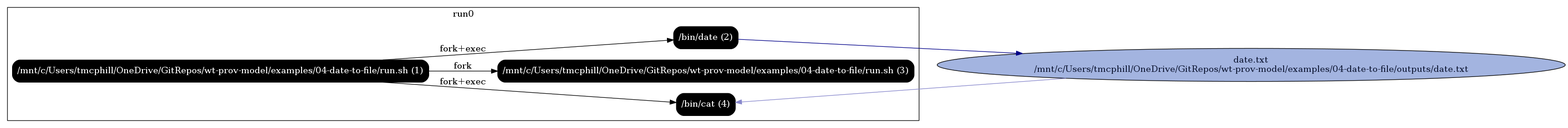
Above: examples/04-date-to-file/graphs/rpz_B_run_processes_with_input_and_output_files.png in CIRSS/cpr (Graphviz), before the change. Its source is kept beside it as examples/04-date-to-file/graphs/rpz_B_run_processes_with_input_and_output_files.dot. Source of this version:
```dot
digraph G {
    rankdir=LR;

    /* programs */
    node [shape=box fontcolor=white fillcolor=black style="filled,rounded"];
    subgraph cluster_run0 {
        label="run0";
        prog0 [label="/mnt/c/Users/tmcphill/OneDrive/GitRepos/wt-prov-model/examples/04-date-to-file/run.sh (1)"];
        prog1 [label="/bin/date (2)"];
        prog0 -> prog1 [label="fork+exec"];
        prog2 [label="/mnt/c/Users/tmcphill/OneDrive/GitRepos/wt-prov-model/examples/04-date-to-file/run.sh (3)"];
        prog0 -> prog2 [label="fork"];
        prog3 [label="/bin/cat (4)"];
        prog0 -> prog3 [label="fork+exec"];
    }

    node [shape=ellipse fontcolor="#131C39" fillcolor="#C9D2ED"];

    /* other files */
    "/mnt/c/Users/tmcphill/OneDrive/GitRepos/wt-prov-model/examples/04-date-to-file/outputs/date.txt" [fillcolor="#A3B4E0", label="date.txt\n/mnt/c/Users/tmcphill/OneDrive/GitRepos/wt-prov-model/examples/04-date-to-file/outputs/date.txt"];

    prog1 -> "/mnt/c/Users/tmcphill/OneDrive/GitRepos/wt-prov-model/examples/04-date-to-file/outputs/date.txt" [color="#000088"];
    "/mnt/c/Users/tmcphill/OneDrive/GitRepos/wt-prov-model/examples/04-date-to-file/outputs/date.txt" -> prog3 [color="#8888CC"];
}
```
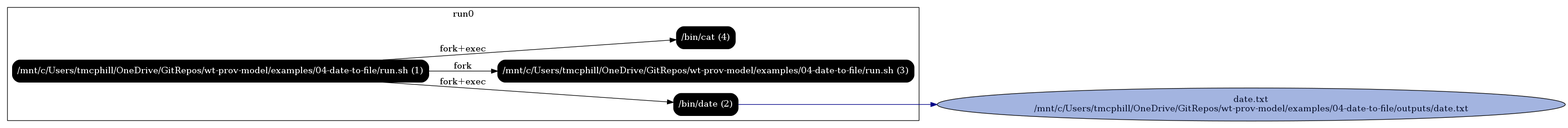
After the commit.

Diff of the diagram source:
```diff
@@ -20,5 +20,4 @@
     "/mnt/c/Users/tmcphill/OneDrive/GitRepos/wt-prov-model/examples/04-date-to-file/outputs/date.txt" [fillcolor="#A3B4E0", label="date.txt\n/mnt/c/Users/tmcphill/OneDrive/GitRepos/wt-prov-model/examples/04-date-to-file/outputs/date.txt"];
 
     prog1 -> "/mnt/c/Users/tmcphill/OneDrive/GitRepos/wt-prov-model/examples/04-date-to-file/outputs/date.txt" [color="#000088"];
-    "/mnt/c/Users/tmcphill/OneDrive/GitRepos/wt-prov-model/examples/04-date-to-file/outputs/date.txt" -> prog3 [color="#8888CC"];
 }
```
